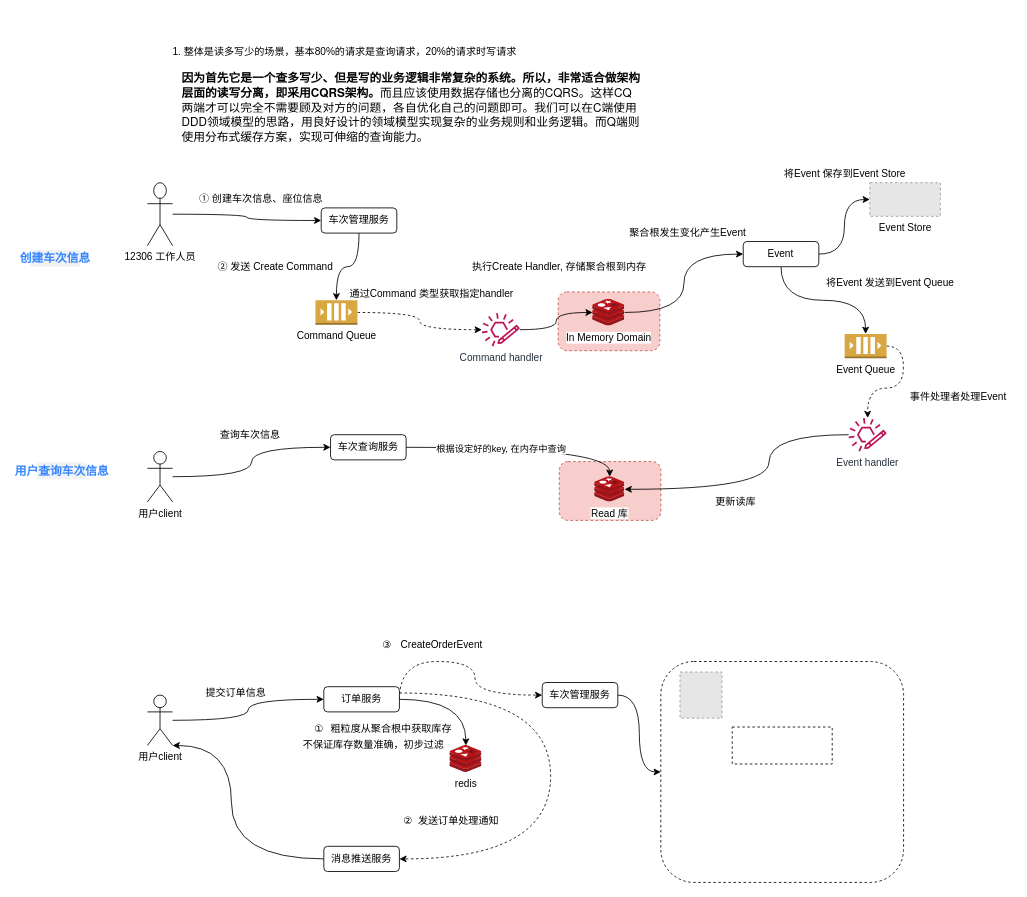
Earlier version of the draw.io diagram 业务场景v1.1.drawio (skymike11/drawio). Source tidied: cells renumbered, new cells numbered last; positions are measured from the earlier drawing's top-left corner, leaving out a move shared by most shapes. Both pictures are drawn from the tidied source at 84%, with x=0, y=0 at pixel (29, 39). Pictures stored in the file or linked from it are replaced by grey dashed boxes.
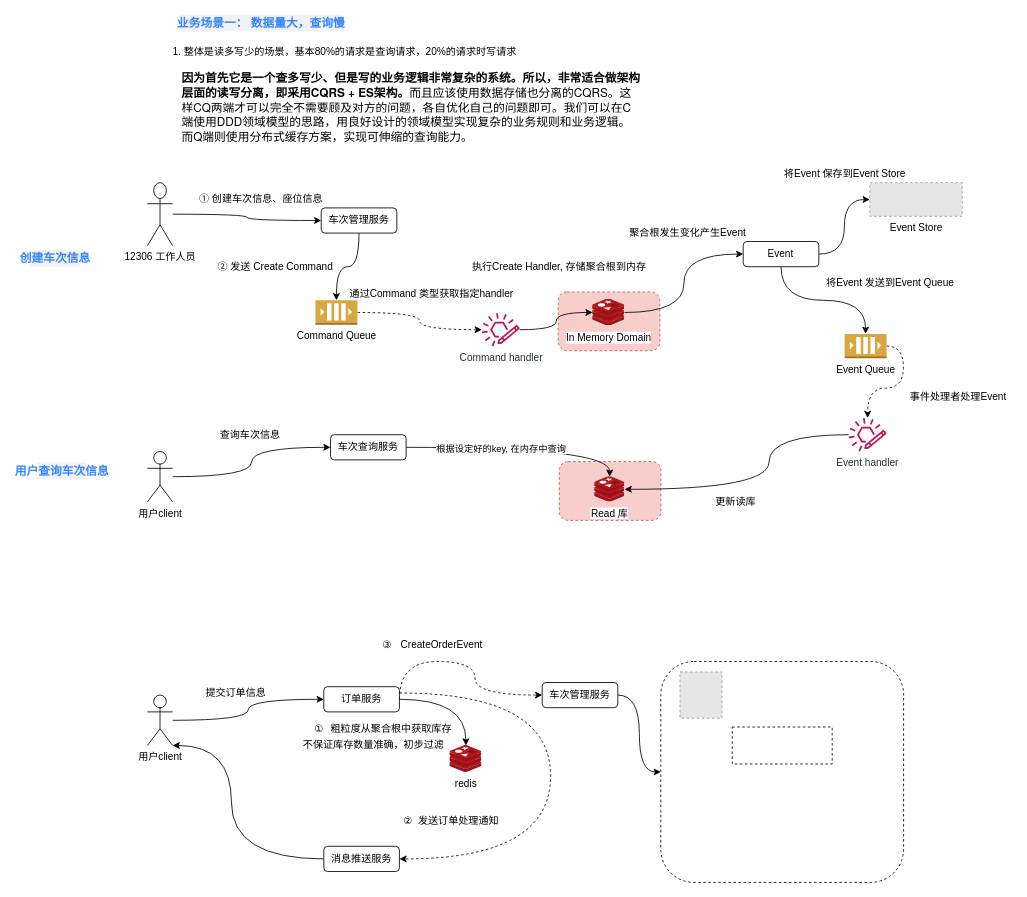
Above is the later version.

Diff of the diagram source:
```diff
@@
-    <mxCell id="6" value="&lt;strong style=&quot;color: rgb(0, 0, 0); font-family: &amp;quot;pingfang sc&amp;quot;, &amp;quot;microsoft yahei&amp;quot;, &amp;quot;helvetica neue&amp;quot;, helvetica, arial, sans-serif; font-size: 14px; font-style: normal; letter-spacing: normal; text-indent: 0px; text-transform: none; word-spacing: 0px; background-color: rgb(255, 255, 255);&quot;&gt;因为首先它是一个查多写少、但是写的业务逻辑非常复杂的系统。所以，非常适合做架构层面的读写分离，即采用CQRS架构。&lt;/strong&gt;&lt;span style=&quot;color: rgb(0, 0, 0); font-family: &amp;quot;pingfang sc&amp;quot;, &amp;quot;microsoft yahei&amp;quot;, &amp;quot;helvetica neue&amp;quot;, helvetica, arial, sans-serif; font-size: 14px; font-style: normal; font-weight: 400; letter-spacing: normal; text-indent: 0px; text-transform: none; word-spacing: 0px; background-color: rgb(255, 255, 255); display: inline; float: none;&quot;&gt;而且应该使用数据存储也分离的CQRS。这样CQ两端才可以完全不需要顾及对方的问题，各自优化自己的问题即可。我们可以在C端使用DDD领域模型的思路，用良好设计的领域模型实现复杂的业务规则和业务逻辑。而Q端则使用分布式缓存方案，实现可伸缩的查询能力。&lt;/span&gt;" style="text;whiteSpace=wrap;html=1;" parent="1" vertex="1">
+    <mxCell id="6" value="&lt;strong style=&quot;color: rgb(0 , 0 , 0) ; font-family: &amp;#34;pingfang sc&amp;#34; , &amp;#34;microsoft yahei&amp;#34; , &amp;#34;helvetica neue&amp;#34; , &amp;#34;helvetica&amp;#34; , &amp;#34;arial&amp;#34; , sans-serif ; font-size: 14px ; font-style: normal ; letter-spacing: normal ; text-indent: 0px ; text-transform: none ; word-spacing: 0px ; background-color: rgb(255 , 255 , 255)&quot;&gt;因为首先它是一个查多写少、但是写的业务逻辑非常复杂的系统。所以，非常适合做架构层面的读写分离，即采用CQRS + ES架构。&lt;/strong&gt;&lt;span style=&quot;color: rgb(0 , 0 , 0) ; font-family: &amp;#34;pingfang sc&amp;#34; , &amp;#34;microsoft yahei&amp;#34; , &amp;#34;helvetica neue&amp;#34; , &amp;#34;helvetica&amp;#34; , &amp;#34;arial&amp;#34; , sans-serif ; font-size: 14px ; font-style: normal ; font-weight: 400 ; letter-spacing: normal ; text-indent: 0px ; text-transform: none ; word-spacing: 0px ; background-color: rgb(255 , 255 , 255) ; display: inline ; float: none&quot;&gt;而且应该使用数据存储也分离的CQRS。这样CQ两端才可以完全不需要顾及对方的问题，各自优化自己的问题即可。我们可以在C端使用DDD领域模型的思路，用良好设计的领域模型实现复杂的业务规则和业务逻辑。而Q端则使用分布式缓存方案，实现可伸缩的查询能力。&lt;/span&gt;" style="text;whiteSpace=wrap;html=1;" parent="1" vertex="1">
       <mxGeometry x="179" y="30" width="550" height="90" as="geometry" />
     </mxCell>
@@
     <mxCell id="20" value="Event Store" style="fillColor=#E6E6E6;strokeColor=#999999;dashed=1;html=1;verticalAlign=top;verticalLabelPosition=bottom;labelBackgroundColor=#ffffff;" parent="1" vertex="1">
-      <mxGeometry x="1000" y="170" width="84" height="40" as="geometry" />
+      <mxGeometry x="1000" y="170" width="110" height="40" as="geometry" />
     </mxCell>
@@
+    <mxCell id="64" value="&lt;span style=&quot;font-size: 14px&quot;&gt;业务场景一： 数据量大，查询慢&lt;/span&gt;" style="dashed=0;html=1;fillColor=#F0F2F5;strokeColor=none;align=center;rounded=1;arcSize=10;fontColor=#3384FF;fontStyle=1;fontSize=11;shadow=0;" parent="1" vertex="1">
+      <mxGeometry x="177.5" y="-30" width="195" height="20" as="geometry" />
+    </mxCell>
```
